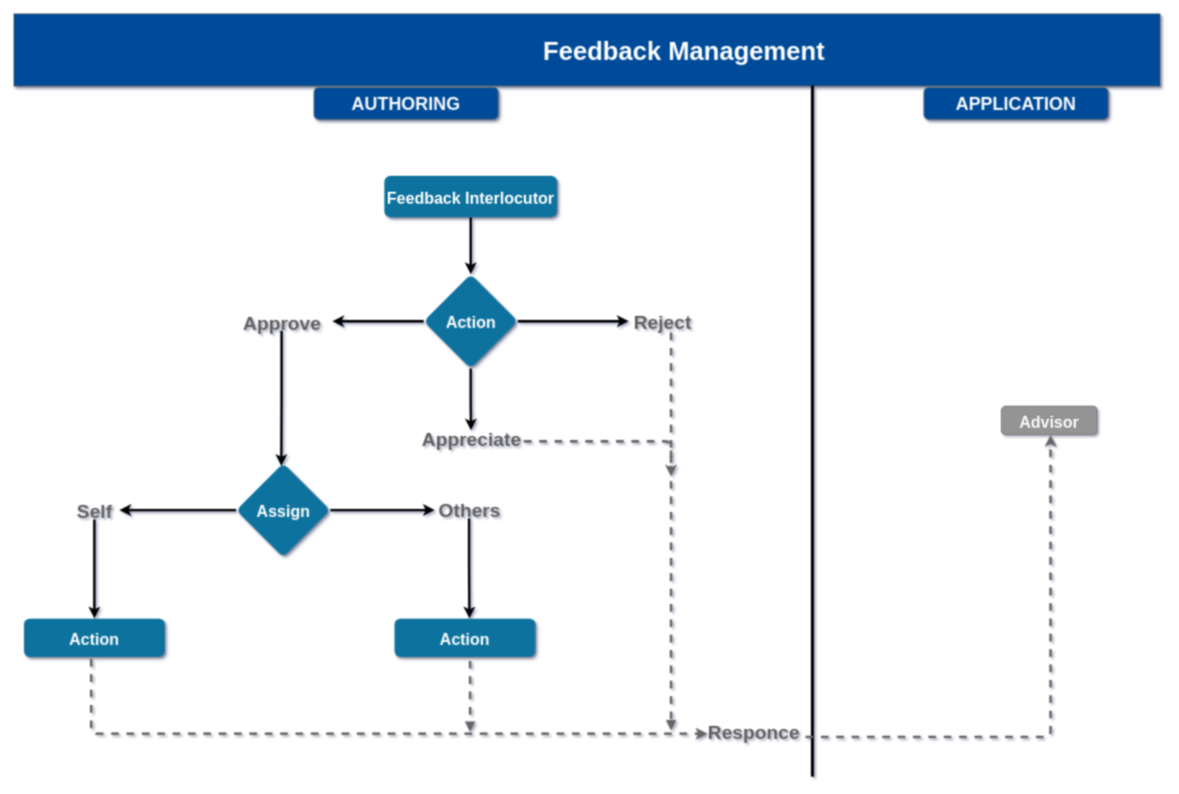
This is page "Copy of Page-2" (3 of 3) of User her.drawio from Rakholia1842/ERDiagram, a draw.io file, before an edit. Source tidied: cells renumbered, new cells numbered last; positions are measured from the earlier drawing's top-left corner, leaving out a move shared by most shapes. Both pictures are drawn from the tidied source at 64%, with x=0, y=0 at pixel (13, 13).
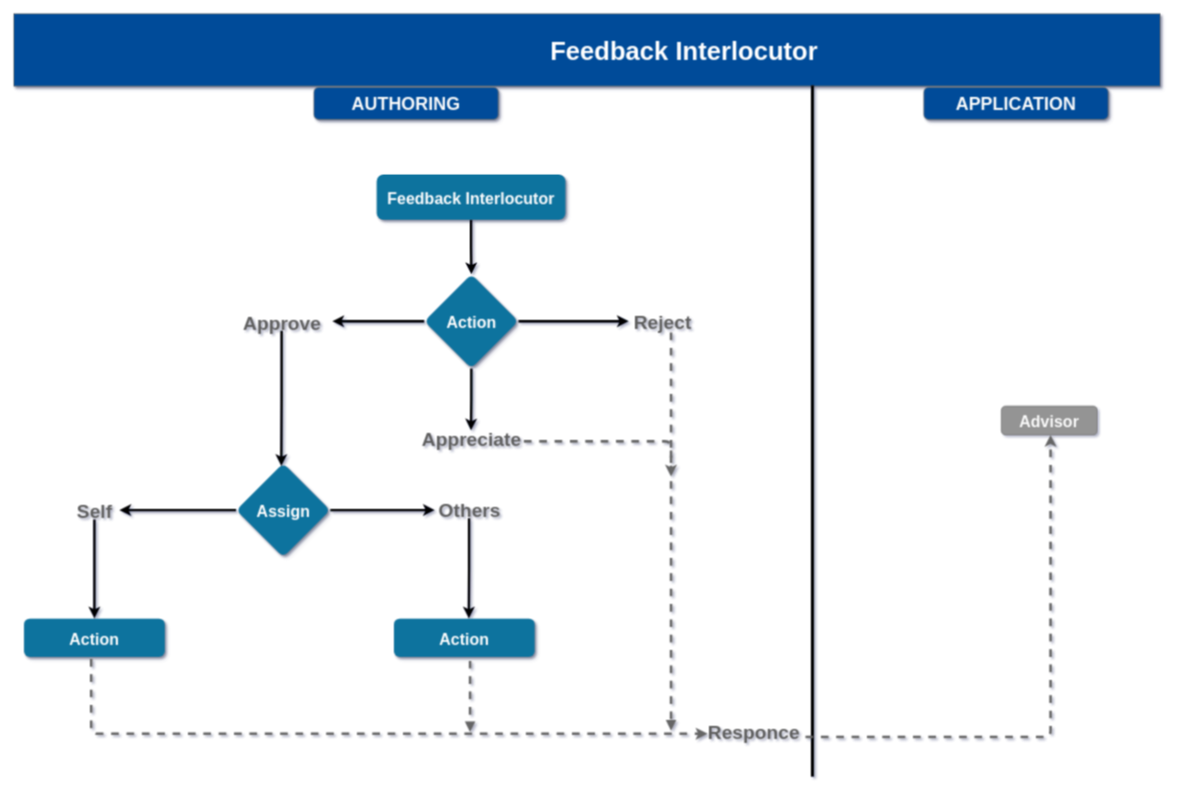
After the change.

The change refers to these unchanged cells:
```xml
<mxCell id="24" value="&lt;font color=&quot;#5E5E5E&quot;&gt;&lt;b&gt;&lt;font style=&quot;font-size: 30px&quot;&gt;Reject&lt;/font&gt;&lt;/b&gt;&lt;/font&gt;" style="text;html=1;fontColor=#5E5E5E;" parent="1" vertex="1">
  <mxGeometry x="967" y="458" width="78" height="28" as="geometry" />
</mxCell>
```

What changed in the source:
```diff
@@
     <mxCell id="3" value="Feedback Interlocutor" style="rounded=1;fillColor=#10739E;strokeColor=none;shadow=1;gradientColor=none;fontStyle=1;fontColor=#FFFFFF;fontSize=25;verticalAlign=middle;" parent="1" vertex="1">
-      <mxGeometry x="579" y="253" width="270" height="64.8" as="geometry" />
+      <mxGeometry x="567" y="251" width="295" height="70.8" as="geometry" />
     </mxCell>
@@
-    <mxCell id="7" value="Feedback Management" style="text;align=center;verticalAlign=middle;fontSize=40;fontColor=#FFFFFF;fontStyle=1;horizontal=1;shadow=0;labelBorderColor=none;labelBackgroundColor=none;spacingTop=0;html=1;" parent="1" vertex="1">
-      <mxGeometry x="822" y="30.5" width="450" height="52" as="geometry" />
+    <mxCell id="7" value="Feedback Interlocutor" style="text;align=center;verticalAlign=middle;fontSize=40;fontColor=#FFFFFF;fontStyle=1;horizontal=1;shadow=0;labelBorderColor=none;labelBackgroundColor=none;spacingTop=0;html=1;" parent="1" vertex="1">
+      <mxGeometry x="833" y="30.5" width="428" height="52" as="geometry" />
     </mxCell>
@@
-    <mxCell id="10" style="edgeStyle=orthogonalEdgeStyle;rounded=0;jettySize=auto;html=1;strokeWidth=4;fontColor=#5E5E5E;entryX=-0.077;entryY=0.803;entryDx=0;entryDy=0;entryPerimeter=0;" parent="1" edge="1" source="11" target="24">
+    <mxCell id="10" style="edgeStyle=orthogonalEdgeStyle;rounded=0;jettySize=auto;html=1;strokeWidth=4;fontColor=#000000;entryX=-0.077;entryY=0.803;entryDx=0;entryDy=0;entryPerimeter=0;" parent="1" edge="1" source="11" target="24">
       <mxGeometry relative="1" as="geometry" />
     </mxCell>
     <mxCell id="11" value="&lt;font style=&quot;font-size: 25px&quot;&gt;Action&lt;/font&gt;" style="rhombus;whiteSpace=wrap;html=1;rounded=1;shadow=1;fontSize=14;fontColor=#FFFFFF;fontStyle=1;strokeColor=none;fillColor=#10739E;gradientColor=none;" parent="1" vertex="1">
-      <mxGeometry x="640.5" y="407" width="147" height="147" as="geometry" />
+      <mxGeometry x="641.5" y="407" width="147" height="147" as="geometry" />
     </mxCell>
@@
     <mxCell id="16" value="Action" style="rounded=1;fillColor=#10739E;strokeColor=none;shadow=1;gradientColor=none;fontStyle=1;fontColor=#FFFFFF;fontSize=25;" parent="1" vertex="1">
-      <mxGeometry x="595" y="945" width="220" height="60" as="geometry" />
+      <mxGeometry x="594" y="945" width="220" height="60" as="geometry" />
     </mxCell>
```
